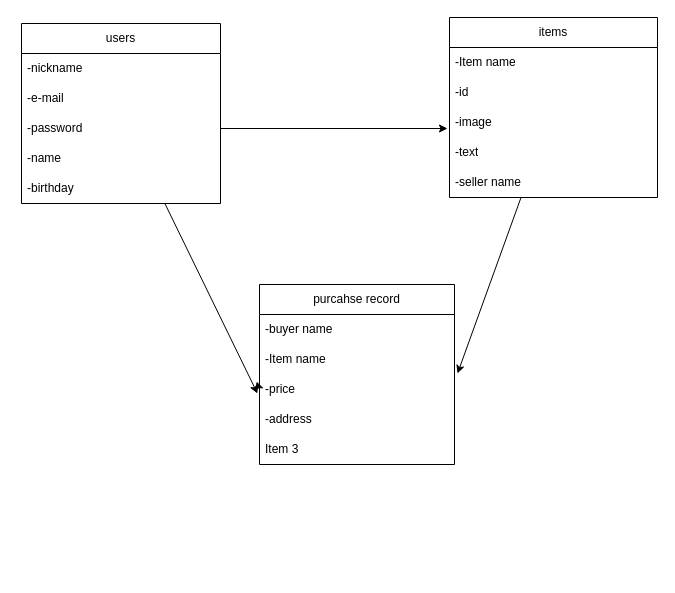
The draw.io diagram ER.dio in Ryuma0724/furima-39794, before the edit. Source tidied: cells renumbered, new cells numbered last; positions are measured from the earlier drawing's top-left corner, leaving out a move shared by most shapes. Both pictures are drawn from the tidied source at 100%, with x=0, y=0 at pixel (21, 17).
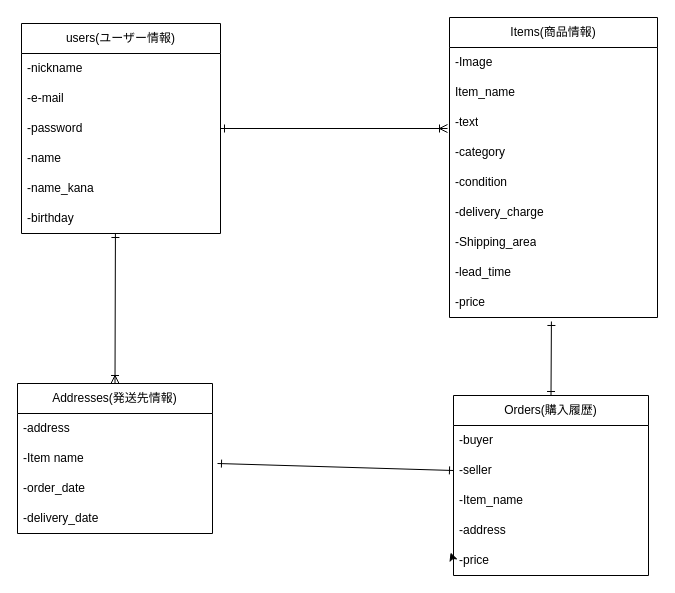
The same page after the edit.

The change refers to these unchanged cells:
```xml
<mxCell id="6" value="-password" style="text;strokeColor=none;fillColor=none;align=left;verticalAlign=middle;spacingLeft=4;spacingRight=4;overflow=hidden;points=[[0,0.5],[1,0.5]];portConstraint=eastwest;whiteSpace=wrap;html=1;" parent="3" vertex="1">
  <mxGeometry y="90" width="199" height="30" as="geometry" />
</mxCell>
```

What changed in the source:
```diff
@@
-    <mxCell id="2" style="edgeStyle=none;html=1;" parent="1" edge="1" source="3">
-      <mxGeometry relative="1" as="geometry">
-        <mxPoint x="236" y="376" as="targetPoint" />
-      </mxGeometry>
-    </mxCell>
-    <mxCell id="3" value="users" style="swimlane;fontStyle=0;horizontal=1;startSize=30;whiteSpace=wrap;html=1;" parent="1" vertex="1">
-      <mxGeometry y="6" width="199" height="180" as="geometry" />
+    <mxCell id="3" value="users(ユーザー情報)" style="swimlane;fontStyle=0;horizontal=1;startSize=30;whiteSpace=wrap;html=1;" parent="1" vertex="1">
+      <mxGeometry y="6" width="199" height="210" as="geometry" />
     </mxCell>
@@
+    <mxCell id="24" value="-name_kana" style="text;strokeColor=none;fillColor=none;align=left;verticalAlign=middle;spacingLeft=4;spacingRight=4;overflow=hidden;whiteSpace=wrap;html=1;" parent="3" vertex="1">
+      <mxGeometry y="150" width="199" height="30" as="geometry" />
+    </mxCell>
     <mxCell id="8" value="-birthday" style="text;strokeColor=none;fillColor=none;align=left;verticalAlign=middle;spacingLeft=4;spacingRight=4;overflow=hidden;points=[[0,0.5],[1,0.5]];portConstraint=eastwest;whiteSpace=wrap;html=1;" parent="3" vertex="1">
-      <mxGeometry y="150" width="199" height="30" as="geometry" />
+      <mxGeometry y="180" width="199" height="30" as="geometry" />
     </mxCell>
-    <mxCell id="9" style="edgeStyle=none;html=1;" parent="1" edge="1" source="10">
-      <mxGeometry relative="1" as="geometry">
-        <mxPoint x="436" y="356" as="targetPoint" />
-      </mxGeometry>
-    </mxCell>
-    <mxCell id="10" value="items" style="swimlane;fontStyle=0;horizontal=1;startSize=30;whiteSpace=wrap;html=1;" parent="1" vertex="1">
-      <mxGeometry x="428" width="208" height="180" as="geometry" />
+    <mxCell id="10" value="Items(商品情報)" style="swimlane;fontStyle=0;horizontal=1;startSize=30;whiteSpace=wrap;html=1;" parent="1" vertex="1">
+      <mxGeometry x="428" width="208" height="300" as="geometry" />
     </mxCell>
-    <mxCell id="11" value="-Item name" style="text;strokeColor=none;fillColor=none;align=left;verticalAlign=middle;spacingLeft=4;spacingRight=4;overflow=hidden;whiteSpace=wrap;html=1;" parent="10" vertex="1">
+    <mxCell id="11" value="-Image" style="text;strokeColor=none;fillColor=none;align=left;verticalAlign=middle;spacingLeft=4;spacingRight=4;overflow=hidden;whiteSpace=wrap;html=1;" parent="10" vertex="1">
       <mxGeometry y="30" width="208" height="30" as="geometry" />
     </mxCell>
+    <mxCell id="13" value="Item_name" style="text;strokeColor=none;fillColor=none;align=left;verticalAlign=middle;spacingLeft=4;spacingRight=4;overflow=hidden;whiteSpace=wrap;html=1;" parent="10" vertex="1">
+      <mxGeometry y="60" width="208" height="30" as="geometry" />
+    </mxCell>
-    <mxCell id="12" value="-id" style="text;strokeColor=none;fillColor=none;align=left;verticalAlign=middle;spacingLeft=4;spacingRight=4;overflow=hidden;whiteSpace=wrap;html=1;" parent="10" vertex="1">
-      <mxGeometry y="60" width="208" height="30" as="geometry" />
+    <mxCell id="12" value="-text" style="text;strokeColor=none;fillColor=none;align=left;verticalAlign=middle;spacingLeft=4;spacingRight=4;overflow=hidden;whiteSpace=wrap;html=1;" parent="10" vertex="1">
+      <mxGeometry y="90" width="208" height="30" as="geometry" />
     </mxCell>
-    <mxCell id="13" value="-image" style="text;strokeColor=none;fillColor=none;align=left;verticalAlign=middle;spacingLeft=4;spacingRight=4;overflow=hidden;whiteSpace=wrap;html=1;" parent="10" vertex="1">
-      <mxGeometry y="90" width="208" height="30" as="geometry" />
-    </mxCell>
-    <mxCell id="14" value="-text" style="text;strokeColor=none;fillColor=none;align=left;verticalAlign=middle;spacingLeft=4;spacingRight=4;overflow=hidden;whiteSpace=wrap;html=1;" parent="10" vertex="1">
+    <mxCell id="14" value="-category" style="text;strokeColor=none;fillColor=none;align=left;verticalAlign=middle;spacingLeft=4;spacingRight=4;overflow=hidden;whiteSpace=wrap;html=1;" parent="10" vertex="1">
       <mxGeometry y="120" width="208" height="30" as="geometry" />
     </mxCell>
+    <mxCell id="25" value="-condition" style="text;strokeColor=none;fillColor=none;align=left;verticalAlign=middle;spacingLeft=4;spacingRight=4;overflow=hidden;whiteSpace=wrap;html=1;" parent="10" vertex="1">
+      <mxGeometry y="150" width="208" height="30" as="geometry" />
+    </mxCell>
+    <mxCell id="26" value="-delivery_charge" style="text;strokeColor=none;fillColor=none;align=left;verticalAlign=middle;spacingLeft=4;spacingRight=4;overflow=hidden;whiteSpace=wrap;html=1;" parent="10" vertex="1">
+      <mxGeometry y="180" width="208" height="30" as="geometry" />
+    </mxCell>
+    <mxCell id="27" value="-Shipping_area" style="text;strokeColor=none;fillColor=none;align=left;verticalAlign=middle;spacingLeft=4;spacingRight=4;overflow=hidden;whiteSpace=wrap;html=1;" parent="10" vertex="1">
+      <mxGeometry y="210" width="208" height="30" as="geometry" />
+    </mxCell>
+    <mxCell id="28" value="-lead_time" style="text;strokeColor=none;fillColor=none;align=left;verticalAlign=middle;spacingLeft=4;spacingRight=4;overflow=hidden;whiteSpace=wrap;html=1;" parent="10" vertex="1">
+      <mxGeometry y="240" width="208" height="30" as="geometry" />
+    </mxCell>
-    <mxCell id="15" value="-seller name" style="text;strokeColor=none;fillColor=none;align=left;verticalAlign=middle;spacingLeft=4;spacingRight=4;overflow=hidden;points=[[0,0.5],[1,0.5]];portConstraint=eastwest;whiteSpace=wrap;html=1;" parent="10" vertex="1">
-      <mxGeometry y="150" width="208" height="30" as="geometry" />
+    <mxCell id="15" value="-price" style="text;strokeColor=none;fillColor=none;align=left;verticalAlign=middle;spacingLeft=4;spacingRight=4;overflow=hidden;points=[[0,0.5],[1,0.5]];portConstraint=eastwest;whiteSpace=wrap;html=1;" parent="10" vertex="1">
+      <mxGeometry y="270" width="208" height="30" as="geometry" />
     </mxCell>
+    <mxCell id="29" style="edgeStyle=none;html=1;exitX=0.5;exitY=0;exitDx=0;exitDy=0;entryX=0.49;entryY=1.133;entryDx=0;entryDy=0;entryPerimeter=0;startArrow=ERone;startFill=0;endArrow=ERone;endFill=0;" parent="1" edge="1" source="16" target="15">
+      <mxGeometry relative="1" as="geometry" />
+    </mxCell>
-    <mxCell id="16" value="purcahse record" style="swimlane;fontStyle=0;horizontal=1;startSize=30;whiteSpace=wrap;html=1;" parent="1" vertex="1">
-      <mxGeometry x="238" y="267" width="195" height="180" as="geometry" />
+    <mxCell id="16" value="Orders(購入履歴)" style="swimlane;fontStyle=0;horizontal=1;startSize=30;whiteSpace=wrap;html=1;" parent="1" vertex="1">
+      <mxGeometry x="432" y="378" width="195" height="180" as="geometry" />
     </mxCell>
-    <mxCell id="17" value="-buyer name" style="text;strokeColor=none;fillColor=none;align=left;verticalAlign=middle;spacingLeft=4;spacingRight=4;overflow=hidden;whiteSpace=wrap;html=1;" parent="16" vertex="1">
+    <mxCell id="17" value="-buyer" style="text;strokeColor=none;fillColor=none;align=left;verticalAlign=middle;spacingLeft=4;spacingRight=4;overflow=hidden;whiteSpace=wrap;html=1;" parent="16" vertex="1">
       <mxGeometry y="30" width="195" height="30" as="geometry" />
     </mxCell>
-    <mxCell id="18" value="-Item name" style="text;strokeColor=none;fillColor=none;align=left;verticalAlign=middle;spacingLeft=4;spacingRight=4;overflow=hidden;points=[[0,0.5],[1,0.5]];portConstraint=eastwest;whiteSpace=wrap;html=1;" parent="16" vertex="1">
+    <mxCell id="18" value="-seller" style="text;strokeColor=none;fillColor=none;align=left;verticalAlign=middle;spacingLeft=4;spacingRight=4;overflow=hidden;points=[[0,0.5],[1,0.5]];portConstraint=eastwest;whiteSpace=wrap;html=1;" parent="16" vertex="1">
       <mxGeometry y="60" width="195" height="30" as="geometry" />
     </mxCell>
+    <mxCell id="30" value="-Item_name" style="text;strokeColor=none;fillColor=none;align=left;verticalAlign=middle;spacingLeft=4;spacingRight=4;overflow=hidden;whiteSpace=wrap;html=1;" parent="16" vertex="1">
+      <mxGeometry y="90" width="195" height="30" as="geometry" />
+    </mxCell>
+    <mxCell id="20" value="-address" style="text;strokeColor=none;fillColor=none;align=left;verticalAlign=middle;spacingLeft=4;spacingRight=4;overflow=hidden;whiteSpace=wrap;html=1;" parent="16" vertex="1">
+      <mxGeometry y="120" width="195" height="30" as="geometry" />
+    </mxCell>
     <mxCell id="19" value="-price" style="text;strokeColor=none;fillColor=none;align=left;verticalAlign=middle;spacingLeft=4;spacingRight=4;overflow=hidden;points=[[0,0.5],[1,0.5]];portConstraint=eastwest;whiteSpace=wrap;html=1;" parent="16" vertex="1">
-      <mxGeometry y="90" width="195" height="30" as="geometry" />
+      <mxGeometry y="150" width="195" height="30" as="geometry" />
     </mxCell>
-    <mxCell id="20" value="-address" style="text;strokeColor=none;fillColor=none;align=left;verticalAlign=middle;spacingLeft=4;spacingRight=4;overflow=hidden;whiteSpace=wrap;html=1;" parent="16" vertex="1">
-      <mxGeometry y="120" width="195" height="30" as="geometry" />
-    </mxCell>
-    <mxCell id="21" value="Item 3" style="text;strokeColor=none;fillColor=none;align=left;verticalAlign=middle;spacingLeft=4;spacingRight=4;overflow=hidden;whiteSpace=wrap;html=1;" parent="16" vertex="1">
-      <mxGeometry y="150" width="195" height="30" as="geometry" />
-    </mxCell>
@@
-    <mxCell id="23" style="edgeStyle=none;html=1;" parent="1" edge="1" source="6">
+    <mxCell id="23" style="edgeStyle=none;html=1;endArrow=ERoneToMany;endFill=0;startArrow=ERone;startFill=0;" parent="1" edge="1" source="6">
       <mxGeometry relative="1" as="geometry">
         <mxPoint x="426" y="111" as="targetPoint" />
       </mxGeometry>
     </mxCell>
+    <mxCell id="31" style="edgeStyle=none;html=1;exitX=0.5;exitY=0;exitDx=0;exitDy=0;startArrow=ERoneToMany;startFill=0;endArrow=ERone;endFill=0;entryX=0.472;entryY=1;entryDx=0;entryDy=0;entryPerimeter=0;" parent="1" edge="1" source="2" target="8">
+      <mxGeometry relative="1" as="geometry" />
+    </mxCell>
+    <mxCell id="2" value="Addresses(発送先情報)" style="swimlane;fontStyle=0;horizontal=1;startSize=30;whiteSpace=wrap;html=1;" parent="1" vertex="1">
+      <mxGeometry x="-4" y="366" width="195" height="150" as="geometry" />
+    </mxCell>
+    <mxCell id="32" value="-address" style="text;strokeColor=none;fillColor=none;align=left;verticalAlign=middle;spacingLeft=4;spacingRight=4;overflow=hidden;whiteSpace=wrap;html=1;" parent="2" vertex="1">
+      <mxGeometry y="30" width="195" height="30" as="geometry" />
+    </mxCell>
+    <mxCell id="33" value="-Item name" style="text;strokeColor=none;fillColor=none;align=left;verticalAlign=middle;spacingLeft=4;spacingRight=4;overflow=hidden;whiteSpace=wrap;html=1;" parent="2" vertex="1">
+      <mxGeometry y="60" width="195" height="30" as="geometry" />
+    </mxCell>
+    <mxCell id="34" value="-order_date" style="text;strokeColor=none;fillColor=none;align=left;verticalAlign=middle;spacingLeft=4;spacingRight=4;overflow=hidden;whiteSpace=wrap;html=1;" parent="2" vertex="1">
+      <mxGeometry y="90" width="195" height="30" as="geometry" />
+    </mxCell>
+    <mxCell id="35" value="-delivery_date" style="text;strokeColor=none;fillColor=none;align=left;verticalAlign=middle;spacingLeft=4;spacingRight=4;overflow=hidden;whiteSpace=wrap;html=1;" parent="2" vertex="1">
+      <mxGeometry y="120" width="195" height="30" as="geometry" />
+    </mxCell>
+    <mxCell id="36" style="edgeStyle=none;html=1;exitX=0;exitY=0.5;exitDx=0;exitDy=0;startArrow=ERone;startFill=0;endArrow=ERone;endFill=0;" parent="1" edge="1" source="18">
+      <mxGeometry relative="1" as="geometry">
+        <mxPoint x="196" y="446" as="targetPoint" />
+      </mxGeometry>
+    </mxCell>
```
